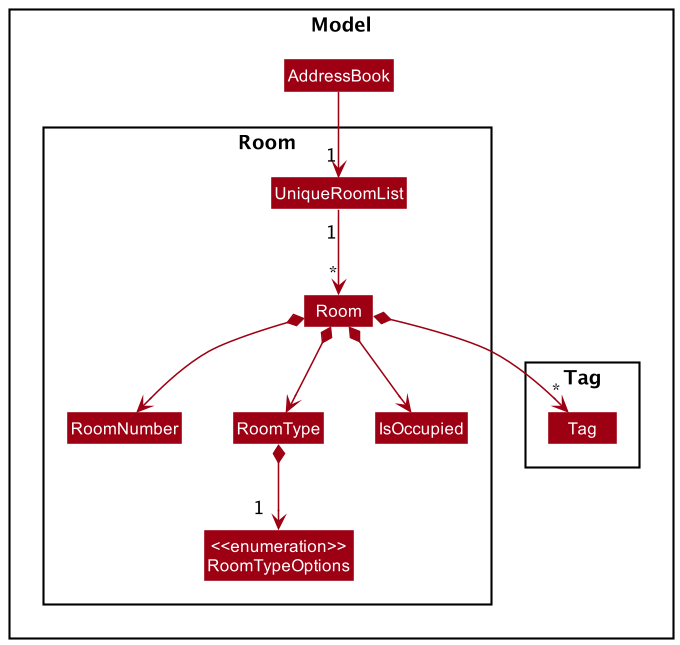
Above: docs/images/room/RoomClass.png in nus-cs2103-AY2021S2/tp (PlantUML), before the change.
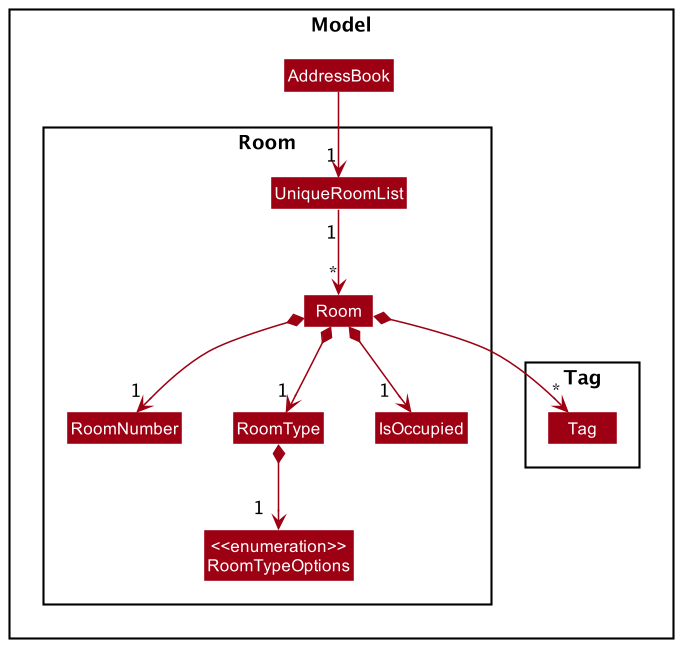
Above is the later version.

Commit message:
Fix(DG): Add multiplicities for room class diagram

What changed in the source:
```diff
@@ -24,9 +24,9 @@
 
 AddressBook --> "1" UniqueRoomList
 UniqueRoomList "1" --> "*" Room
-Room *--> RoomNumber
-Room *--> RoomType
-Room *--> IsOccupied
+Room *--> "1" RoomNumber
+Room *--> "1" RoomType
+Room *--> "1  " IsOccupied
 Room *--> "*" Tag
 RoomType *--> "1  " RoomTypeOptions
 @enduml
```
